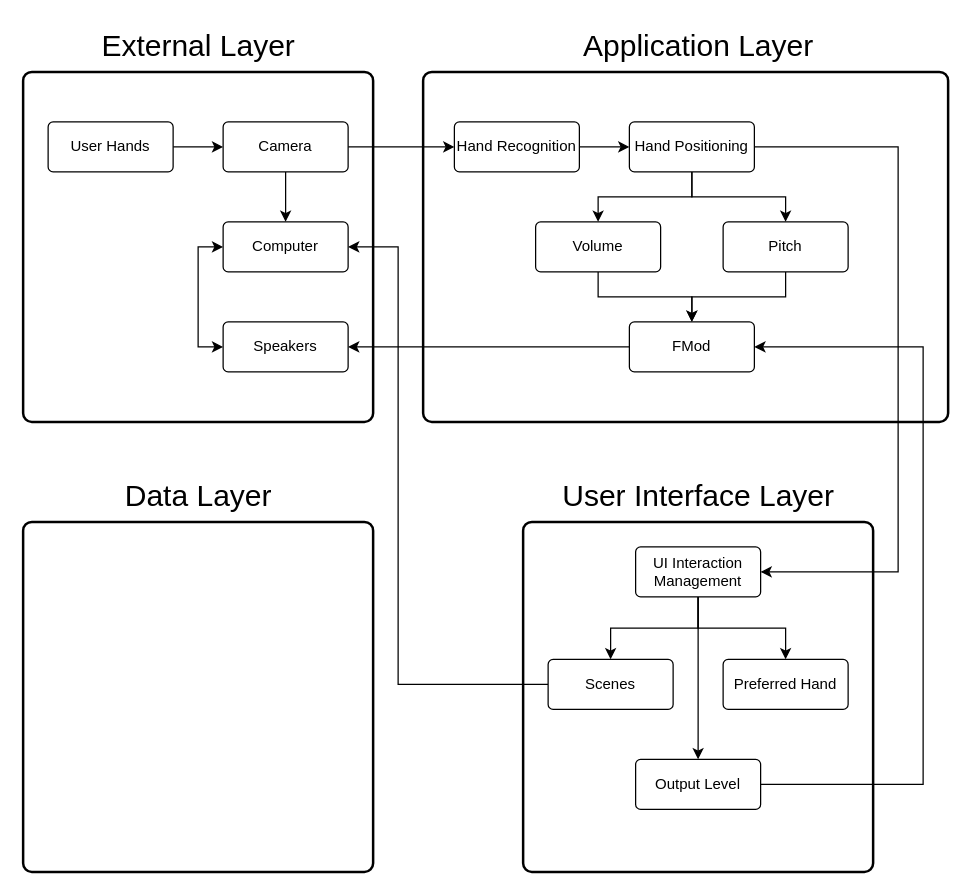
Above: diagram.drawio in ScottFrazier17/ThereMelo (draw.io), before the change. Source tidied: cells renumbered, new cells numbered last; positions are measured from the earlier drawing's top-left corner, leaving out a move shared by most shapes. Both pictures are drawn from the tidied source at 125%, with x=0, y=0 at pixel (22, 21).
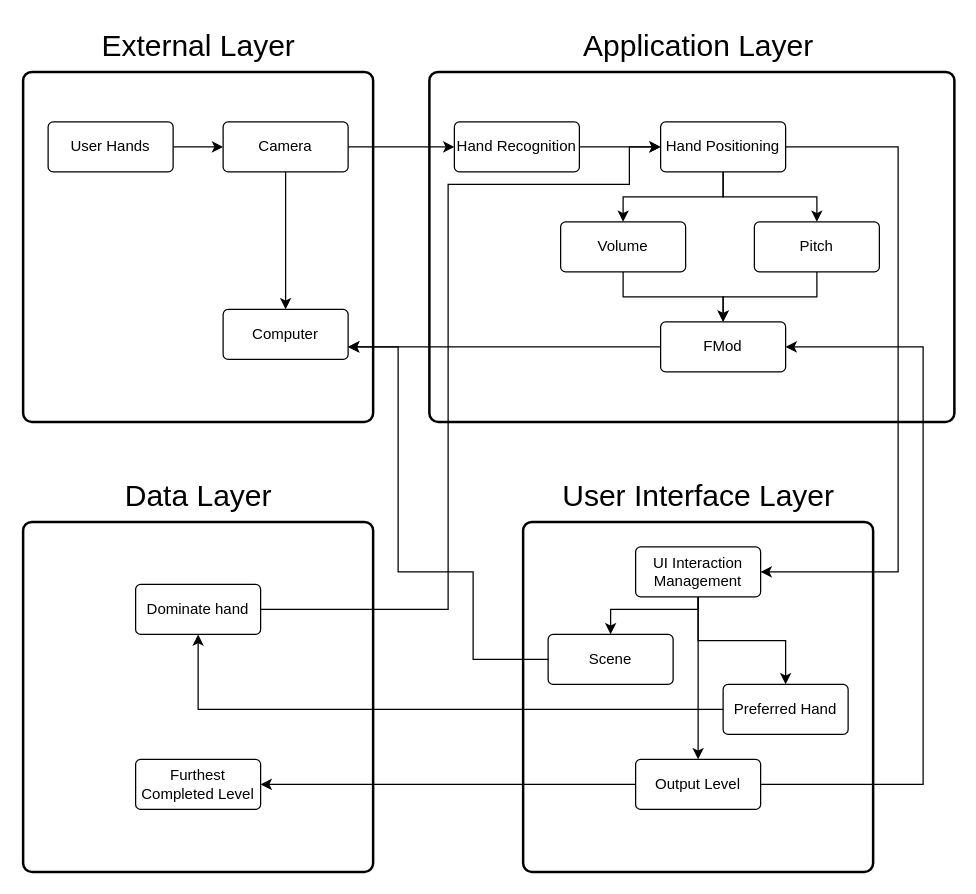
The same diagram, later.

The change refers to these unchanged cells:
```xml
<mxCell id="33" value="Output Level" style="rounded=1;arcSize=10;whiteSpace=wrap;html=1;align=center;" parent="1" vertex="1">
  <mxGeometry x="490" y="590" width="100" height="40" as="geometry" />
</mxCell>
<mxCell id="37" value="UI Interaction Management" style="rounded=1;arcSize=10;whiteSpace=wrap;html=1;align=center;" parent="1" vertex="1">
  <mxGeometry x="490" y="420" width="100" height="40" as="geometry" />
</mxCell>
```

Change to the diagram source:
```diff
@@
     <mxCell id="3" style="rounded=1;whiteSpace=wrap;html=1;absoluteArcSize=1;arcSize=14;strokeWidth=2;" parent="1" vertex="1">
-      <mxGeometry x="320" y="40" width="420" height="280" as="geometry" />
+      <mxGeometry x="325" y="40" width="420" height="280" as="geometry" />
     </mxCell>
@@
     <mxCell id="11" value="Hand Positioning" style="rounded=1;arcSize=10;whiteSpace=wrap;html=1;align=center;" parent="1" vertex="1">
-      <mxGeometry x="485" y="80" width="100" height="40" as="geometry" />
+      <mxGeometry x="510" y="80" width="100" height="40" as="geometry" />
     </mxCell>
-    <mxCell id="12" value="Speakers" style="rounded=1;arcSize=10;whiteSpace=wrap;html=1;align=center;" parent="1" vertex="1">
-      <mxGeometry x="160" y="240" width="100" height="40" as="geometry" />
-    </mxCell>
-    <mxCell id="13" style="edgeStyle=orthogonalEdgeStyle;rounded=0;jettySize=auto;html=1;entryX=0;entryY=0.5;entryDx=0;entryDy=0;startArrow=classic;startFill=1;" parent="1" edge="1" source="14" target="12">
-      <mxGeometry relative="1" as="geometry">
-        <Array as="points">
-          <mxPoint x="140" y="180" />
-          <mxPoint x="140" y="260" />
-        </Array>
-      </mxGeometry>
-    </mxCell>
     <mxCell id="14" value="Computer" style="rounded=1;arcSize=10;whiteSpace=wrap;html=1;align=center;" parent="1" vertex="1">
-      <mxGeometry x="160" y="160" width="100" height="40" as="geometry" />
+      <mxGeometry x="160" y="230" width="100" height="40" as="geometry" />
     </mxCell>
@@
-    <mxCell id="20" style="edgeStyle=orthogonalEdgeStyle;rounded=0;jettySize=auto;html=1;entryX=1;entryY=0.5;entryDx=0;entryDy=0;" parent="1" edge="1" source="21" target="12">
-      <mxGeometry relative="1" as="geometry" />
+    <mxCell id="20" style="edgeStyle=orthogonalEdgeStyle;rounded=0;jettySize=auto;html=1;entryX=1;entryY=0.5;entryDx=0;entryDy=0;" parent="1" edge="1" source="21">
+      <mxGeometry relative="1" as="geometry">
+        <mxPoint x="260" y="260" as="targetPoint" />
+      </mxGeometry>
     </mxCell>
     <mxCell id="21" value="FMod" style="rounded=1;arcSize=10;whiteSpace=wrap;html=1;align=center;" parent="1" vertex="1">
-      <mxGeometry x="485" y="240" width="100" height="40" as="geometry" />
+      <mxGeometry x="510" y="240" width="100" height="40" as="geometry" />
     </mxCell>
@@
     <mxCell id="24" value="Pitch" style="rounded=1;arcSize=10;whiteSpace=wrap;html=1;align=center;" parent="1" vertex="1">
-      <mxGeometry x="560" y="160" width="100" height="40" as="geometry" />
+      <mxGeometry x="585" y="160" width="100" height="40" as="geometry" />
     </mxCell>
@@
     <mxCell id="26" value="Volume" style="rounded=1;arcSize=10;whiteSpace=wrap;html=1;align=center;" parent="1" vertex="1">
-      <mxGeometry x="410" y="160" width="100" height="40" as="geometry" />
+      <mxGeometry x="430" y="160" width="100" height="40" as="geometry" />
     </mxCell>
-    <mxCell id="27" style="edgeStyle=orthogonalEdgeStyle;rounded=0;jettySize=auto;html=1;" parent="1" edge="1" source="28" target="14">
+    <mxCell id="27" style="edgeStyle=orthogonalEdgeStyle;rounded=0;jettySize=auto;html=1;exitX=0;exitY=0.5;exitDx=0;exitDy=0;" parent="1" edge="1" source="28">
       <mxGeometry relative="1" as="geometry">
+        <mxPoint x="260" y="260" as="targetPoint" />
         <Array as="points">
-          <mxPoint x="300" y="530" />
-          <mxPoint x="300" y="180" />
+          <mxPoint x="360" y="510" />
+          <mxPoint x="360" y="440" />
+          <mxPoint x="300" y="440" />
+          <mxPoint x="300" y="260" />
         </Array>
       </mxGeometry>
     </mxCell>
-    <mxCell id="28" value="Scenes" style="rounded=1;arcSize=10;whiteSpace=wrap;html=1;align=center;" parent="1" vertex="1">
-      <mxGeometry x="420" y="510" width="100" height="40" as="geometry" />
+    <mxCell id="28" value="Scene" style="rounded=1;arcSize=10;whiteSpace=wrap;html=1;align=center;" parent="1" vertex="1">
+      <mxGeometry x="420" y="490" width="100" height="40" as="geometry" />
     </mxCell>
@@
     <mxCell id="34" style="edgeStyle=orthogonalEdgeStyle;rounded=0;jettySize=auto;html=1;" parent="1" edge="1" source="37" target="28">
-      <mxGeometry relative="1" as="geometry" />
+      <mxGeometry relative="1" as="geometry">
+        <Array as="points">
+          <mxPoint x="540" y="470" />
+          <mxPoint x="470" y="470" />
+        </Array>
+      </mxGeometry>
     </mxCell>
@@
     <mxCell id="38" value="Preferred Hand" style="rounded=1;arcSize=10;whiteSpace=wrap;html=1;align=center;" parent="1" vertex="1">
-      <mxGeometry x="560" y="510" width="100" height="40" as="geometry" />
+      <mxGeometry x="560" y="530" width="100" height="40" as="geometry" />
     </mxCell>
+    <mxCell id="39" style="edgeStyle=orthogonalEdgeStyle;rounded=0;jettySize=auto;html=1;entryX=1;entryY=0.5;entryDx=0;entryDy=0;" parent="1" edge="1" source="33" target="40">
+      <mxGeometry relative="1" as="geometry" />
+    </mxCell>
+    <mxCell id="40" value="Furthest Completed Level" style="rounded=1;arcSize=10;whiteSpace=wrap;html=1;align=center;" parent="1" vertex="1">
+      <mxGeometry x="90" y="590" width="100" height="40" as="geometry" />
+    </mxCell>
+    <mxCell id="41" value="Dominate hand" style="rounded=1;arcSize=10;whiteSpace=wrap;html=1;align=center;" parent="1" vertex="1">
+      <mxGeometry x="90" y="450" width="100" height="40" as="geometry" />
+    </mxCell>
+    <mxCell id="42" style="endArrow=classic;html=1;rounded=0;exitX=0;exitY=0.5;exitDx=0;exitDy=0;entryX=0.5;entryY=1;entryDx=0;entryDy=0;" parent="1" edge="1" source="38" target="41">
+      <mxGeometry relative="1" as="geometry">
+        <Array as="points">
+          <mxPoint x="330" y="550" />
+          <mxPoint x="140" y="550" />
+        </Array>
+      </mxGeometry>
+    </mxCell>
+    <mxCell id="43" style="edgeStyle=orthogonalEdgeStyle;rounded=0;jettySize=auto;html=1;exitX=1;exitY=0.5;exitDx=0;exitDy=0;" parent="1" edge="1" source="41">
+      <mxGeometry relative="1" as="geometry">
+        <mxPoint x="510" y="100" as="targetPoint" />
+        <Array as="points">
+          <mxPoint x="340" y="470" />
+          <mxPoint x="340" y="130" />
+          <mxPoint x="485" y="130" />
+        </Array>
+      </mxGeometry>
+    </mxCell>
```
